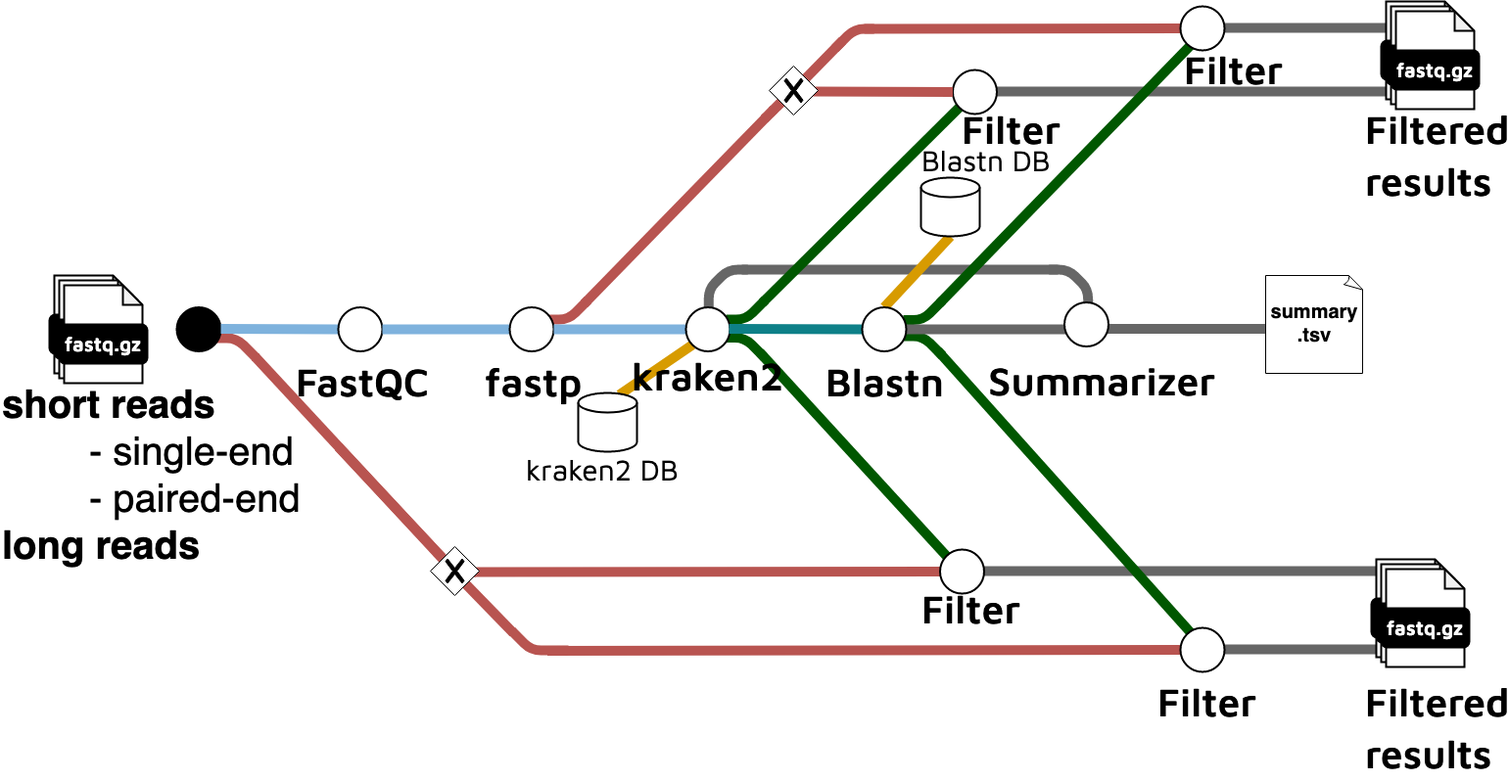
Before: docs/images/Detaxizer_metro_workflow.png, a diagram exported from draw.io (nf-core/detaxizer). Source tidied: cells renumbered, new cells last; positions are measured from the earlier drawing's top-left corner, leaving out a move shared by most shapes.
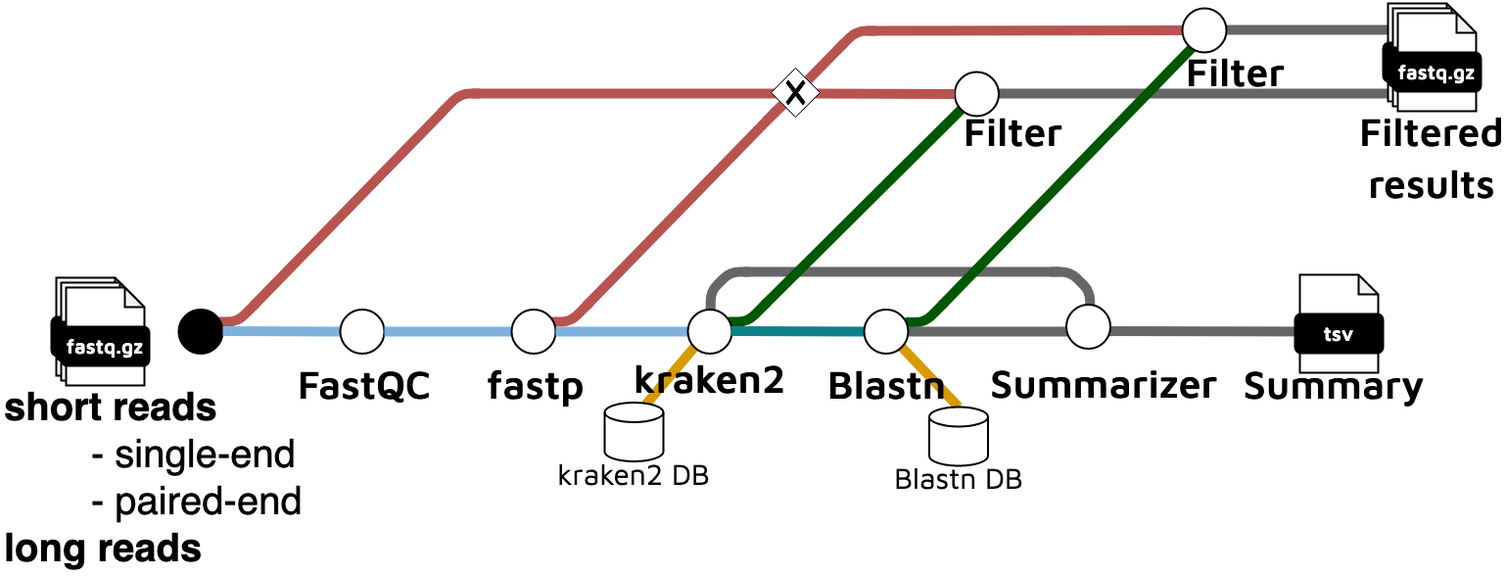
The same diagram one commit later.

What changed in the source:
```diff
@@ -4,2 +4,32 @@
     <mxCell id="1" parent="0" />
+    <mxCell id="91" style="endArrow=none;html=1;rounded=1;strokeWidth=10;fillColor=#f8cecc;strokeColor=#b85450;" parent="1" edge="1">
+      <mxGeometry relative="1" as="geometry">
+        <mxPoint x="487.8" y="92" as="sourcePoint" />
+        <mxPoint x="447.8" y="112" as="targetPoint" />
+        <Array as="points">
+          <mxPoint x="467.8" y="92" />
+        </Array>
+      </mxGeometry>
+    </mxCell>
+    <mxCell id="92" style="endArrow=none;html=1;rounded=1;strokeWidth=10;fillColor=#f8cecc;strokeColor=#b85450;" parent="1" edge="1">
+      <mxGeometry relative="1" as="geometry">
+        <mxPoint x="479.5" y="92" as="sourcePoint" />
+        <mxPoint x="802.5" y="92" as="targetPoint" />
+      </mxGeometry>
+    </mxCell>
+    <mxCell id="93" style="endArrow=none;html=1;rounded=1;strokeWidth=10;fillColor=#f8cecc;strokeColor=#b85450;" parent="1" edge="1">
+      <mxGeometry relative="1" as="geometry">
+        <mxPoint x="220" y="325" as="sourcePoint" />
+        <mxPoint x="260" y="305" as="targetPoint" />
+        <Array as="points">
+          <mxPoint x="240" y="325" />
+        </Array>
+      </mxGeometry>
+    </mxCell>
+    <mxCell id="94" style="endArrow=none;html=1;rounded=1;strokeWidth=10;fillColor=#f8cecc;strokeColor=#b85450;" parent="1" edge="1">
+      <mxGeometry relative="1" as="geometry">
+        <mxPoint x="256" y="309" as="sourcePoint" />
+        <mxPoint x="450" y="110" as="targetPoint" />
+      </mxGeometry>
+    </mxCell>
     <mxCell id="2" style="endArrow=none;html=1;rounded=1;strokeWidth=10;fillColor=#f5f5f5;strokeColor=#666666;" parent="1" edge="1">
@@ -7,3 +37,3 @@
         <mxPoint x="1119" y="334.5" as="sourcePoint" />
-        <mxPoint x="1294" y="334.5" as="targetPoint" />
+        <mxPoint x="1350" y="335" as="targetPoint" />
       </mxGeometry>
@@ -36,29 +66,2 @@
     </mxCell>
-    <mxCell id="6" style="endArrow=none;html=1;rounded=1;strokeWidth=10;fillColor=#f5f5f5;strokeColor=#666666;entryX=-0.062;entryY=0.22;entryDx=0;entryDy=0;entryPerimeter=0;" parent="1" edge="1">
-      <mxGeometry relative="1" as="geometry">
-        <mxPoint x="1250" y="662" as="sourcePoint" />
-        <mxPoint x="1415" y="662" as="targetPoint" />
-      </mxGeometry>
-    </mxCell>
-    <mxCell id="7" style="endArrow=none;html=1;rounded=1;strokeWidth=10;entryX=0;entryY=0.87;entryDx=0;entryDy=0;fillColor=#f5f5f5;strokeColor=#666666;entryPerimeter=0;" parent="1" edge="1">
-      <mxGeometry relative="1" as="geometry">
-        <mxPoint x="1004.5" y="582" as="sourcePoint" />
-        <mxPoint x="1407" y="582" as="targetPoint" />
-      </mxGeometry>
-    </mxCell>
-    <mxCell id="8" style="endArrow=none;html=1;rounded=1;strokeWidth=10;fillColor=#008a00;strokeColor=#005700;" parent="1" edge="1">
-      <mxGeometry relative="1" as="geometry">
-        <mxPoint x="922" y="342" as="sourcePoint" />
-        <mxPoint x="962" y="362" as="targetPoint" />
-        <Array as="points">
-          <mxPoint x="942" y="342" />
-        </Array>
-      </mxGeometry>
-    </mxCell>
-    <mxCell id="9" style="endArrow=none;html=1;rounded=1;strokeWidth=10;fillColor=#008a00;strokeColor=#005700;" parent="1" edge="1">
-      <mxGeometry relative="1" as="geometry">
-        <mxPoint x="1220" y="650" as="sourcePoint" />
-        <mxPoint x="957.3" y="357" as="targetPoint" />
-      </mxGeometry>
-    </mxCell>
     <mxCell id="10" style="endArrow=none;html=1;rounded=1;strokeWidth=10;fillColor=#f5f5f5;strokeColor=#666666;entryX=-0.062;entryY=0.22;entryDx=0;entryDy=0;entryPerimeter=0;" parent="1" edge="1" target="62">
@@ -88,3 +91,3 @@
     </mxCell>
-    <mxCell id="14" style="endArrow=none;html=1;rounded=1;strokeWidth=10;fillColor=#ffe6cc;strokeColor=#d79b00;entryX=0.5;entryY=1;entryDx=0;entryDy=0;entryPerimeter=0;exitX=0.5;exitY=0;exitDx=0;exitDy=0;" parent="1" edge="1" source="44" target="46">
+    <mxCell id="14" style="endArrow=none;html=1;rounded=1;strokeWidth=10;fillColor=#ffe6cc;strokeColor=#d79b00;entryX=0.5;entryY=0;entryDx=0;entryDy=0;entryPerimeter=0;exitX=1;exitY=1;exitDx=0;exitDy=0;" parent="1" edge="1" source="44" target="46">
       <mxGeometry relative="1" as="geometry" />
@@ -96,11 +99,2 @@
     </mxCell>
-    <mxCell id="16" style="endArrow=none;html=1;rounded=1;strokeWidth=10;fillColor=#008a00;strokeColor=#005700;" parent="1" edge="1">
-      <mxGeometry relative="1" as="geometry">
-        <mxPoint x="740" y="343.5" as="sourcePoint" />
-        <mxPoint x="780" y="363.5" as="targetPoint" />
-        <Array as="points">
-          <mxPoint x="760" y="343.5" />
-        </Array>
-      </mxGeometry>
-    </mxCell>
     <mxCell id="17" style="endArrow=none;html=1;rounded=1;strokeWidth=10;entryX=0;entryY=1;entryDx=0;entryDy=0;exitX=0.7;exitY=0.033;exitDx=0;exitDy=0;exitPerimeter=0;fillColor=#ffe6cc;strokeColor=#d79b00;" parent="1" edge="1" source="42" target="39">
@@ -126,11 +120,2 @@
     </mxCell>
-    <mxCell id="20" style="endArrow=none;html=1;rounded=1;strokeWidth=10;fillColor=#f8cecc;strokeColor=#b85450;" parent="1" edge="1">
-      <mxGeometry relative="1" as="geometry">
-        <mxPoint x="221" y="344" as="sourcePoint" />
-        <mxPoint x="261" y="364" as="targetPoint" />
-        <Array as="points">
-          <mxPoint x="241" y="344" />
-        </Array>
-      </mxGeometry>
-    </mxCell>
     <mxCell id="21" style="group;" parent="1" vertex="1">
@@ -179,22 +164,2 @@
     </mxCell>
-    <mxCell id="35" style="endArrow=none;html=1;rounded=1;strokeWidth=10;strokeColor=#b85450;fillColor=#f8cecc;entryX=0.25;entryY=0.25;entryDx=0;entryDy=0;entryPerimeter=0;" parent="1" edge="1" target="71">
-      <mxGeometry relative="1" as="geometry">
-        <mxPoint x="260" y="363" as="sourcePoint" />
-      </mxGeometry>
-    </mxCell>
-    <mxCell id="36" style="endArrow=none;html=1;rounded=1;strokeWidth=10;fillColor=#f8cecc;strokeColor=#b85450;" parent="1" edge="1">
-      <mxGeometry relative="1" as="geometry">
-        <mxPoint x="485.5" y="583" as="sourcePoint" />
-        <mxPoint x="445.5" y="563" as="targetPoint" />
-        <Array as="points">
-          <mxPoint x="465.5" y="583" />
-        </Array>
-      </mxGeometry>
-    </mxCell>
-    <mxCell id="37" style="endArrow=none;html=1;rounded=1;strokeWidth=10;strokeColor=#b85450;fillColor=#f8cecc;entryX=0;entryY=0.5;entryDx=0;entryDy=0;" parent="1" edge="1">
-      <mxGeometry relative="1" as="geometry">
-        <mxPoint x="480" y="583" as="sourcePoint" />
-        <mxPoint x="959.5" y="582.5" as="targetPoint" />
-      </mxGeometry>
-    </mxCell>
     <mxCell id="38" style="endArrow=none;html=1;rounded=1;strokeWidth=10;strokeColor=#7EB2DD;" parent="1" edge="1" source="33" target="39">
@@ -221,3 +186,3 @@
     <mxCell id="42" style="strokeWidth=2;html=1;shape=mxgraph.flowchart.database;whiteSpace=wrap;" parent="1" vertex="1">
-      <mxGeometry x="590" y="400" width="60" height="60" as="geometry" />
+      <mxGeometry x="615" y="407.5" width="60" height="60" as="geometry" />
     </mxCell>
@@ -235,9 +200,4 @@
     <mxCell id="46" style="strokeWidth=2;html=1;shape=mxgraph.flowchart.database;whiteSpace=wrap;" parent="1" vertex="1">
-      <mxGeometry x="940" y="180" width="60" height="60" as="geometry" />
+      <mxGeometry x="946.5" y="412" width="60" height="60" as="geometry" />
     </mxCell>
-    <mxCell id="47" style="endArrow=none;html=1;rounded=1;strokeWidth=10;fillColor=#008a00;strokeColor=#005700;exitX=0;exitY=0;exitDx=0;exitDy=0;" parent="1" edge="1" source="56">
-      <mxGeometry relative="1" as="geometry">
-        <mxPoint x="775.3" y="358.5" as="targetPoint" />
-      </mxGeometry>
-    </mxCell>
     <mxCell id="48" style="endArrow=none;html=1;rounded=1;strokeWidth=10;fillColor=#f8cecc;strokeColor=#b85450;" parent="1" edge="1" source="69">
@@ -280,5 +240,2 @@
     </mxCell>
-    <mxCell id="56" style="ellipse;whiteSpace=wrap;html=1;rounded=1;rotation=0;strokeWidth=2;fillColor=default;" parent="1" vertex="1">
-      <mxGeometry x="959.5" y="560" width="45" height="45" as="geometry" />
-    </mxCell>
     <mxCell id="57" value="&lt;div style=&quot;font-size: 40px;&quot;&gt;&lt;font size=&quot;1&quot; face=&quot;Maven Pro&quot;&gt;&lt;b style=&quot;font-size: 40px;&quot;&gt;Summarizer&lt;/b&gt;&lt;/font&gt;&lt;/div&gt;" style="text;whiteSpace=wrap;html=1;" parent="1" vertex="1">
@@ -286,3 +243,3 @@
     </mxCell>
-    <mxCell id="58" value="&lt;div style=&quot;font-size: 40px;&quot;&gt;&lt;font style=&quot;font-size: 40px;&quot; face=&quot;Maven Pro&quot;&gt;&lt;b style=&quot;&quot;&gt;Filtered results&lt;br&gt;&lt;/b&gt;&lt;/font&gt;&lt;/div&gt;" style="text;whiteSpace=wrap;html=1;" parent="1" vertex="1">
+    <mxCell id="58" value="&lt;div style=&quot;font-size: 40px;&quot;&gt;&lt;font style=&quot;font-size: 40px;&quot; face=&quot;Maven Pro&quot;&gt;&lt;b style=&quot;&quot;&gt;Filtered results&lt;br&gt;&lt;/b&gt;&lt;/font&gt;&lt;/div&gt;" style="text;whiteSpace=wrap;html=1;align=center;" parent="1" vertex="1">
       <mxGeometry x="1392" y="100" width="136" height="50" as="geometry" />
@@ -310,17 +267,2 @@
     </mxCell>
-    <mxCell id="66" style="endArrow=none;html=1;rounded=1;strokeWidth=10;fillColor=#f8cecc;strokeColor=#b85450;" parent="1" edge="1">
-      <mxGeometry relative="1" as="geometry">
-        <mxPoint x="580" y="663" as="sourcePoint" />
-        <mxPoint x="522" y="643" as="targetPoint" />
-        <Array as="points">
-          <mxPoint x="542" y="663" />
-        </Array>
-      </mxGeometry>
-    </mxCell>
-    <mxCell id="67" style="endArrow=none;html=1;rounded=1;strokeWidth=10;strokeColor=#b85450;fillColor=#f8cecc;" parent="1" edge="1">
-      <mxGeometry relative="1" as="geometry">
-        <mxPoint x="470" y="590" as="sourcePoint" />
-        <mxPoint x="523.7" y="645.3" as="targetPoint" />
-      </mxGeometry>
-    </mxCell>
     <mxCell id="68" style="endArrow=none;html=1;rounded=1;strokeWidth=10;fillColor=#f8cecc;strokeColor=#b85450;" parent="1" edge="1" target="69">
@@ -333,39 +275,2 @@
     </mxCell>
-    <mxCell id="70" style="endArrow=none;html=1;rounded=1;strokeWidth=10;strokeColor=#b85450;fillColor=#f8cecc;" parent="1" edge="1" target="71">
-      <mxGeometry relative="1" as="geometry">
-        <mxPoint x="345" y="455" as="sourcePoint" />
-      </mxGeometry>
-    </mxCell>
-    <mxCell id="71" style="points=[[0.25,0.25,0],[0.5,0,0],[0.75,0.25,0],[1,0.5,0],[0.75,0.75,0],[0.5,1,0],[0.25,0.75,0],[0,0.5,0]];shape=mxgraph.bpmn.gateway2;html=1;verticalLabelPosition=bottom;labelBackgroundColor=#ffffff;verticalAlign=top;align=center;perimeter=rhombusPerimeter;outlineConnect=0;outline=none;symbol=none;gwType=exclusive;" parent="1" vertex="1">
-      <mxGeometry x="439" y="557" width="50" height="50" as="geometry" />
-    </mxCell>
-    <mxCell id="72" style="endArrow=none;html=1;rounded=1;strokeWidth=10;strokeColor=#b85450;fillColor=#f8cecc;entryX=0;entryY=0.5;entryDx=0;entryDy=0;" parent="1" edge="1" target="73">
-      <mxGeometry relative="1" as="geometry">
-        <mxPoint x="558.5" y="663.5" as="sourcePoint" />
-      </mxGeometry>
-    </mxCell>
-    <mxCell id="73" style="ellipse;whiteSpace=wrap;html=1;rounded=1;rotation=0;strokeWidth=2;fillColor=default;" parent="1" vertex="1">
-      <mxGeometry x="1205" y="640" width="45" height="45" as="geometry" />
-    </mxCell>
-    <mxCell id="74" style="group;" parent="1" vertex="1">
-      <mxGeometry x="1400" y="570" width="100" height="110" as="geometry" />
-    </mxCell>
-    <mxCell id="75" style="shape=note;whiteSpace=wrap;html=1;backgroundOutline=1;darkOpacity=0.05;rounded=1;size=20;strokeWidth=2;" parent="74" vertex="1">
-      <mxGeometry x="5" width="80" height="100" as="geometry" />
-    </mxCell>
-    <mxCell id="76" value="&lt;font face=&quot;Maven Pro&quot; color=&quot;#ffffff&quot;&gt;&lt;b&gt;&lt;font style=&quot;font-size: 20px;&quot;&gt;Fastq&lt;/font&gt;&lt;/b&gt;&lt;/font&gt;" style="rounded=1;whiteSpace=wrap;html=1;strokeWidth=2;fillColor=#000000;" parent="74" vertex="1">
-      <mxGeometry y="40" width="90" height="40" as="geometry" />
-    </mxCell>
-    <mxCell id="77" style="shape=note;whiteSpace=wrap;html=1;backgroundOutline=1;darkOpacity=0.05;rounded=1;size=20;strokeWidth=2;" parent="74" vertex="1">
-      <mxGeometry x="10" y="5" width="80" height="100" as="geometry" />
-    </mxCell>
-    <mxCell id="78" value="&lt;font face=&quot;Maven Pro&quot; color=&quot;#ffffff&quot;&gt;&lt;b&gt;&lt;font style=&quot;font-size: 20px;&quot;&gt;Fastq&lt;/font&gt;&lt;/b&gt;&lt;/font&gt;" style="rounded=1;whiteSpace=wrap;html=1;strokeWidth=2;fillColor=#000000;" parent="74" vertex="1">
-      <mxGeometry x="5" y="45" width="90" height="40" as="geometry" />
-    </mxCell>
-    <mxCell id="79" style="shape=note;whiteSpace=wrap;html=1;backgroundOutline=1;darkOpacity=0.05;rounded=1;size=20;strokeWidth=2;" parent="74" vertex="1">
-      <mxGeometry x="15" y="10" width="80" height="100" as="geometry" />
-    </mxCell>
-    <mxCell id="80" value="&lt;font face=&quot;Maven Pro&quot; color=&quot;#ffffff&quot;&gt;&lt;b&gt;&lt;font style=&quot;font-size: 20px;&quot;&gt;fastq.gz&lt;/font&gt;&lt;/b&gt;&lt;/font&gt;" style="rounded=1;whiteSpace=wrap;html=1;strokeWidth=2;fillColor=#000000;" parent="74" vertex="1">
-      <mxGeometry x="10" y="50" width="90" height="40" as="geometry" />
-    </mxCell>
     <mxCell id="81" value="&lt;font size=&quot;1&quot; face=&quot;Maven Pro&quot;&gt;&lt;b style=&quot;font-size: 40px;&quot;&gt;kraken2&lt;/b&gt;&lt;/font&gt;" style="text;whiteSpace=wrap;html=1;" parent="1" vertex="1">
@@ -376,20 +281,8 @@
     </mxCell>
-    <mxCell id="83" value="&lt;font size=&quot;1&quot; face=&quot;Maven Pro&quot;&gt;&lt;b style=&quot;font-size: 40px;&quot;&gt;Filter&lt;/b&gt;&lt;/font&gt;" style="text;whiteSpace=wrap;html=1;" parent="1" vertex="1">
-      <mxGeometry x="938.5" y="590" width="50" height="50" as="geometry" />
-    </mxCell>
-    <mxCell id="84" value="&lt;font size=&quot;1&quot; face=&quot;Maven Pro&quot;&gt;&lt;b style=&quot;font-size: 40px;&quot;&gt;Filter&lt;/b&gt;&lt;/font&gt;" style="text;whiteSpace=wrap;html=1;" parent="1" vertex="1">
-      <mxGeometry x="1179.5" y="685" width="50" height="50" as="geometry" />
-    </mxCell>
-    <mxCell id="85" value="&lt;div style=&quot;font-size: 40px;&quot;&gt;&lt;font style=&quot;font-size: 40px;&quot; face=&quot;Maven Pro&quot;&gt;&lt;b style=&quot;&quot;&gt;Filtered results&lt;br&gt;&lt;/b&gt;&lt;/font&gt;&lt;/div&gt;" style="text;whiteSpace=wrap;html=1;" parent="1" vertex="1">
-      <mxGeometry x="1392" y="685" width="136" height="50" as="geometry" />
-    </mxCell>
-    <mxCell id="86" value="&lt;div&gt;&lt;br&gt;&lt;/div&gt;&lt;div style=&quot;font-size: 30px;&quot;&gt;&lt;font face=&quot;Maven Pro&quot; style=&quot;font-size: 30px;&quot;&gt;kraken2 DB&lt;/font&gt;&lt;/div&gt;" style="text;whiteSpace=wrap;html=1;" parent="1" vertex="1">
-      <mxGeometry x="535" y="440" width="170" height="60" as="geometry" />
+    <mxCell id="86" value="&lt;div&gt;&lt;br&gt;&lt;/div&gt;&lt;div style=&quot;font-size: 30px;&quot;&gt;&lt;font face=&quot;Maven Pro&quot; style=&quot;font-size: 30px;&quot;&gt;kraken2 DB&lt;/font&gt;&lt;/div&gt;" style="text;whiteSpace=wrap;html=1;align=center;" parent="1" vertex="1">
+      <mxGeometry x="560" y="442" width="170" height="60" as="geometry" />
     </mxCell>
-    <mxCell id="87" value="&lt;div&gt;&lt;font face=&quot;Maven Pro&quot; style=&quot;font-size: 14px;&quot;&gt;&lt;br&gt;&lt;/font&gt;&lt;/div&gt;&lt;div style=&quot;font-size: 30px;&quot;&gt;&lt;font face=&quot;Maven Pro&quot; style=&quot;font-size: 30px;&quot;&gt;Blastn DB&lt;/font&gt;&lt;/div&gt;" style="text;whiteSpace=wrap;html=1;" parent="1" vertex="1">
-      <mxGeometry x="938.5" y="120" width="150" height="60" as="geometry" />
+    <mxCell id="87" value="&lt;div&gt;&lt;font face=&quot;Maven Pro&quot; style=&quot;font-size: 14px;&quot;&gt;&lt;br&gt;&lt;/font&gt;&lt;/div&gt;&lt;div style=&quot;font-size: 30px;&quot;&gt;&lt;font face=&quot;Maven Pro&quot; style=&quot;font-size: 30px;&quot;&gt;Blastn DB&lt;/font&gt;&lt;/div&gt;" style="text;whiteSpace=wrap;html=1;align=center;" parent="1" vertex="1">
+      <mxGeometry x="905.5" y="442" width="142" height="60" as="geometry" />
     </mxCell>
-    <mxCell id="88" value="&lt;div&gt;&lt;font style=&quot;font-size: 20px;&quot;&gt;&lt;b&gt;summary&lt;/b&gt;&lt;/font&gt;&lt;/div&gt;&lt;div&gt;&lt;font style=&quot;font-size: 20px;&quot;&gt;&lt;b&gt;.tsv&lt;/b&gt;&lt;/font&gt;&lt;/div&gt;" style="whiteSpace=wrap;html=1;shape=mxgraph.basic.document;" parent="1" vertex="1">
-      <mxGeometry x="1292" y="280" width="100" height="100" as="geometry" />
-    </mxCell>
     <mxCell id="89" value="&lt;div style=&quot;font-size: 40px;&quot;&gt;&lt;b&gt;&lt;font style=&quot;font-size: 40px;&quot;&gt;short reads&lt;/font&gt;&lt;/b&gt;&lt;/div&gt;&lt;div style=&quot;font-size: 40px;&quot;&gt;&lt;font style=&quot;font-size: 40px;&quot;&gt;&lt;span style=&quot;white-space: pre;&quot;&gt;&#9;&lt;/span&gt;- single-end&lt;/font&gt;&lt;/div&gt;&lt;div style=&quot;font-size: 40px;&quot;&gt;&lt;font style=&quot;font-size: 40px;&quot;&gt;&lt;span style=&quot;white-space: pre;&quot;&gt;&#9;&lt;/span&gt;- paired-end&lt;/font&gt;&lt;/div&gt;&lt;div style=&quot;font-size: 40px;&quot;&gt;&lt;b&gt;&lt;font style=&quot;font-size: 40px;&quot;&gt;long reads&lt;font style=&quot;font-size: 40px;&quot;&gt;&lt;br&gt;&lt;/font&gt;&lt;/font&gt;&lt;/b&gt;&lt;/div&gt;" style="text;html=1;strokeColor=none;fillColor=none;align=left;verticalAlign=middle;whiteSpace=wrap;rounded=0;" parent="1" vertex="1">
@@ -400,2 +293,14 @@
     </mxCell>
+    <mxCell id="95" style="group;" parent="1" vertex="1">
+      <mxGeometry x="1310" y="267" width="118" height="137.5" as="geometry" />
+    </mxCell>
+    <mxCell id="79" style="shape=note;whiteSpace=wrap;html=1;backgroundOutline=1;darkOpacity=0.05;rounded=1;size=20;strokeWidth=2;" parent="95" vertex="1">
+      <mxGeometry x="15" y="10" width="80" height="100" as="geometry" />
+    </mxCell>
+    <mxCell id="96" value="&lt;font size=&quot;1&quot; color=&quot;#ffffff&quot; face=&quot;Maven Pro&quot;&gt;&lt;b style=&quot;font-size: 20px;&quot;&gt;tsv&lt;/b&gt;&lt;/font&gt;" style="rounded=1;whiteSpace=wrap;html=1;strokeWidth=2;fillColor=#000000;" parent="95" vertex="1">
+      <mxGeometry x="10" y="50" width="90" height="40" as="geometry" />
+    </mxCell>
+    <mxCell id="97" value="&lt;div style=&quot;font-size: 40px;&quot;&gt;&lt;font face=&quot;Maven Pro&quot; style=&quot;font-size: 40px;&quot;&gt;&lt;b&gt;&lt;span style=&quot;&quot;&gt;Summary&lt;br&gt;&lt;/span&gt;&lt;/b&gt;&lt;/font&gt;&lt;/div&gt;" style="text;whiteSpace=wrap;html=1;align=center;" parent="95" vertex="1">
+      <mxGeometry x="-18" y="90.5" width="136" height="50" as="geometry" />
+    </mxCell>
   </root>
```
